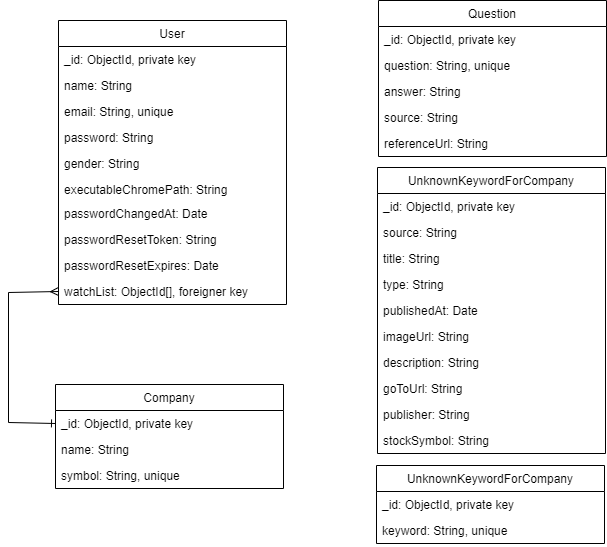
Above: Untitled Diagram.drawio.png in nur1208/voice-assistant-Ai-for-finance (draw.io), before the change. Source tidied: cells renumbered, new cells last; positions are measured from the earlier drawing's top-left corner, leaving out a move shared by most shapes.
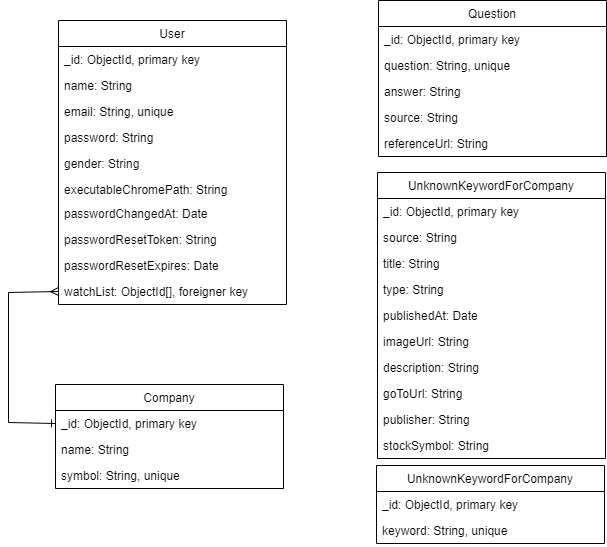
Later version of the same file.

What changed in the source:
```diff
@@ -5,7 +5,7 @@
     <mxCell id="2" value="User" style="swimlane;fontStyle=0;horizontal=1;startSize=26;fillColor=none;" parent="1" vertex="1">
       <mxGeometry x="50" y="20" width="228" height="284" as="geometry" />
     </mxCell>
-    <mxCell id="3" value="_id: ObjectId, private key" style="text;strokeColor=none;fillColor=none;align=left;verticalAlign=top;spacingLeft=4;spacingRight=4;overflow=hidden;" parent="2" vertex="1">
+    <mxCell id="3" value="_id: ObjectId, primary key" style="text;strokeColor=none;fillColor=none;align=left;verticalAlign=top;spacingLeft=4;spacingRight=4;overflow=hidden;" parent="2" vertex="1">
       <mxGeometry y="26" width="228" height="26" as="geometry" />
     </mxCell>
     <mxCell id="4" value="name: String" style="text;strokeColor=none;fillColor=none;align=left;verticalAlign=top;spacingLeft=4;spacingRight=4;overflow=hidden;" parent="2" vertex="1">
@@ -46,7 +46,7 @@
     <mxCell id="14" value="Company" style="swimlane;fontStyle=0;horizontal=1;startSize=26;fillColor=none;" parent="1" vertex="1">
       <mxGeometry x="47" y="384" width="228" height="104" as="geometry" />
     </mxCell>
-    <mxCell id="15" value="_id: ObjectId, private key" style="text;strokeColor=none;fillColor=none;align=left;verticalAlign=top;spacingLeft=4;spacingRight=4;overflow=hidden;points=[[0,0.5],[1,0.5]];portConstraint=eastwest;" parent="14" vertex="1">
+    <mxCell id="15" value="_id: ObjectId, primary key" style="text;strokeColor=none;fillColor=none;align=left;verticalAlign=top;spacingLeft=4;spacingRight=4;overflow=hidden;points=[[0,0.5],[1,0.5]];portConstraint=eastwest;" parent="14" vertex="1">
       <mxGeometry y="26" width="228" height="26" as="geometry" />
     </mxCell>
     <mxCell id="16" value="name: String" style="text;strokeColor=none;fillColor=none;align=left;verticalAlign=top;spacingLeft=4;spacingRight=4;overflow=hidden;" parent="14" vertex="1">
@@ -58,7 +58,7 @@
     <mxCell id="18" value="Question" style="swimlane;fontStyle=0;horizontal=1;startSize=26;fillColor=none;" parent="1" vertex="1">
       <mxGeometry x="370" width="228" height="156" as="geometry" />
     </mxCell>
-    <mxCell id="19" value="_id: ObjectId, private key" style="text;strokeColor=none;fillColor=none;align=left;verticalAlign=top;spacingLeft=4;spacingRight=4;overflow=hidden;" parent="18" vertex="1">
+    <mxCell id="19" value="_id: ObjectId, primary key" style="text;strokeColor=none;fillColor=none;align=left;verticalAlign=top;spacingLeft=4;spacingRight=4;overflow=hidden;" parent="18" vertex="1">
       <mxGeometry y="26" width="228" height="26" as="geometry" />
     </mxCell>
     <mxCell id="20" value="question: String, unique" style="text;strokeColor=none;fillColor=none;align=left;verticalAlign=top;spacingLeft=4;spacingRight=4;overflow=hidden;" parent="18" vertex="1">
@@ -76,16 +76,16 @@
     <mxCell id="24" value="UnknownKeywordForCompany" style="swimlane;fontStyle=0;horizontal=1;startSize=26;fillColor=none;" parent="1" vertex="1">
       <mxGeometry x="368" y="465" width="228" height="78" as="geometry" />
     </mxCell>
-    <mxCell id="25" value="_id: ObjectId, private key" style="text;strokeColor=none;fillColor=none;align=left;verticalAlign=top;spacingLeft=4;spacingRight=4;overflow=hidden;" parent="24" vertex="1">
+    <mxCell id="25" value="_id: ObjectId, primary key" style="text;strokeColor=none;fillColor=none;align=left;verticalAlign=top;spacingLeft=4;spacingRight=4;overflow=hidden;" parent="24" vertex="1">
       <mxGeometry y="26" width="228" height="26" as="geometry" />
     </mxCell>
     <mxCell id="26" value="keyword: String, unique" style="text;strokeColor=none;fillColor=none;align=left;verticalAlign=top;spacingLeft=4;spacingRight=4;overflow=hidden;" parent="24" vertex="1">
       <mxGeometry y="52" width="228" height="26" as="geometry" />
     </mxCell>
     <mxCell id="27" value="UnknownKeywordForCompany" style="swimlane;fontStyle=0;horizontal=1;startSize=26;fillColor=none;" parent="1" vertex="1">
-      <mxGeometry x="369" y="167" width="228" height="286" as="geometry" />
+      <mxGeometry x="369" y="172" width="228" height="286" as="geometry" />
     </mxCell>
-    <mxCell id="28" value="_id: ObjectId, private key" style="text;strokeColor=none;fillColor=none;align=left;verticalAlign=top;spacingLeft=4;spacingRight=4;overflow=hidden;" parent="27" vertex="1">
+    <mxCell id="28" value="_id: ObjectId, primary key" style="text;strokeColor=none;fillColor=none;align=left;verticalAlign=top;spacingLeft=4;spacingRight=4;overflow=hidden;" parent="27" vertex="1">
       <mxGeometry y="26" width="228" height="26" as="geometry" />
     </mxCell>
     <mxCell id="29" value="source: String" style="text;strokeColor=none;fillColor=none;align=left;verticalAlign=top;spacingLeft=4;spacingRight=4;overflow=hidden;" parent="27" vertex="1">
```
